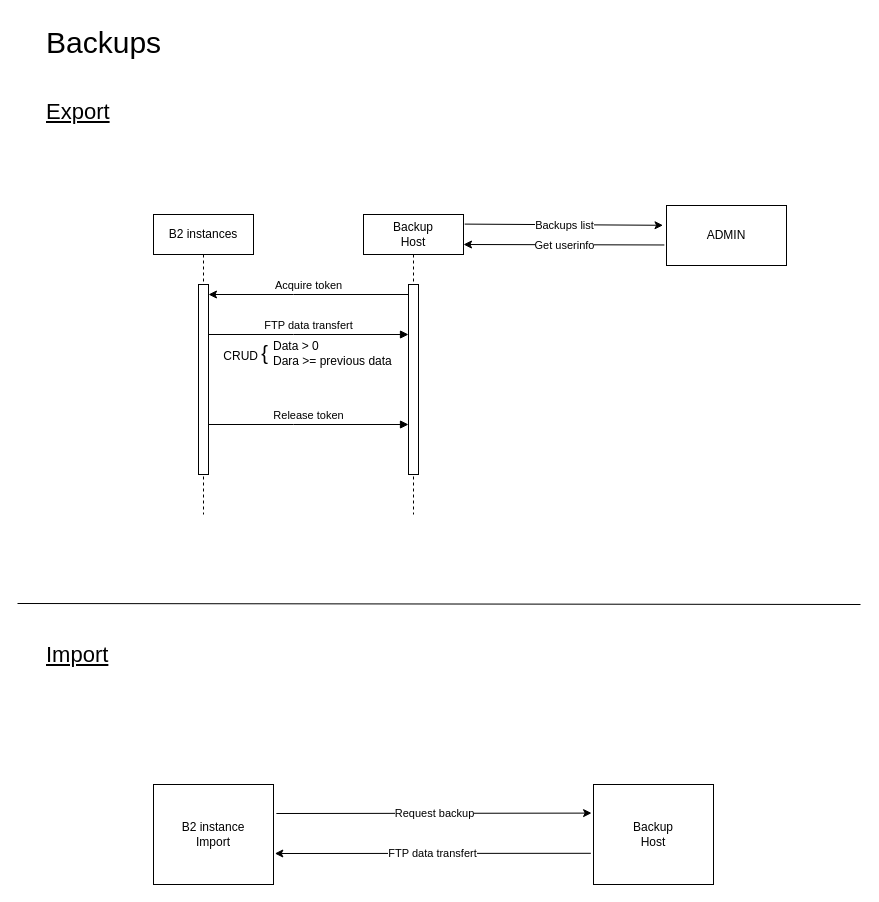
This is doc/Backups.drawio from yesbabylon/b2, a draw.io file, before an edit. Source tidied: cells renumbered, new cells numbered last; positions are measured from the earlier drawing's top-left corner, leaving out a move shared by most shapes. Both pictures are drawn from the tidied source at 100%, with x=0, y=0 at pixel (17, 17).
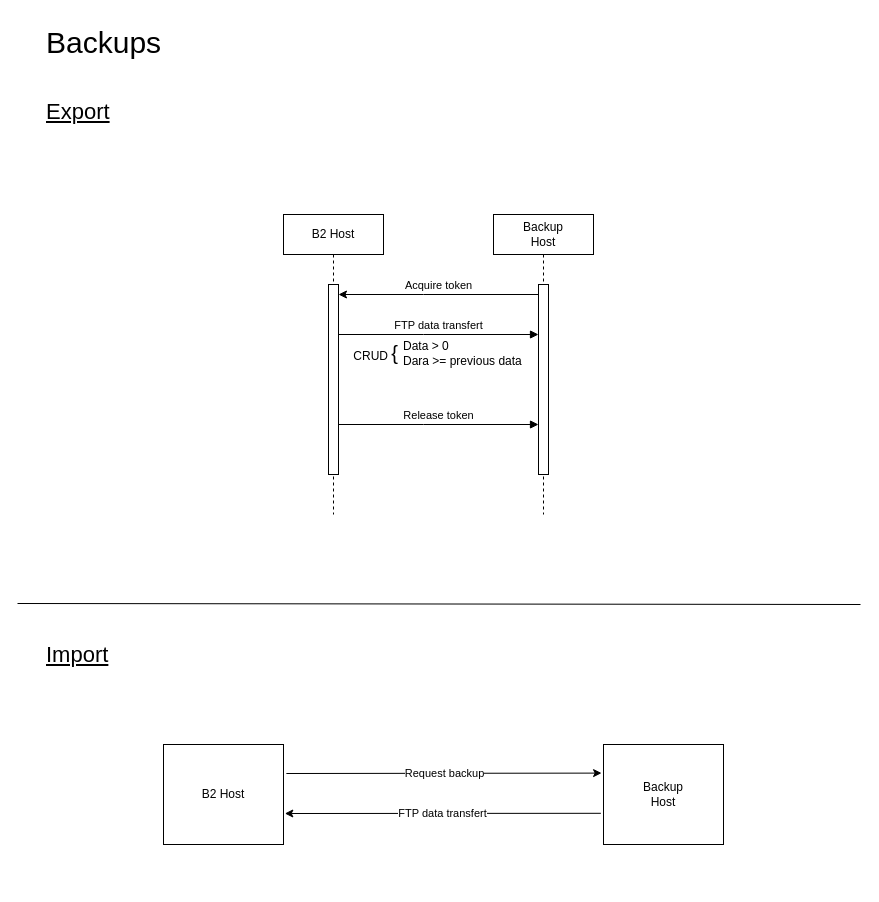
Above is the later version.

The change refers to these unchanged cells:
```xml
<mxCell id="3" style="html=1;points=[];perimeter=orthogonalPerimeter;outlineConnect=0;targetShapes=umlLifeline;portConstraint=eastwest;newEdgeStyle={&quot;edgeStyle&quot;:&quot;elbowEdgeStyle&quot;,&quot;elbow&quot;:&quot;vertical&quot;,&quot;curved&quot;:0,&quot;rounded&quot;:0};" parent="2" vertex="1">
  <mxGeometry x="45" y="70" width="10" height="190" as="geometry" />
</mxCell>
<mxCell id="5" style="html=1;points=[];perimeter=orthogonalPerimeter;outlineConnect=0;targetShapes=umlLifeline;portConstraint=eastwest;newEdgeStyle={&quot;edgeStyle&quot;:&quot;elbowEdgeStyle&quot;,&quot;elbow&quot;:&quot;vertical&quot;,&quot;curved&quot;:0,&quot;rounded&quot;:0};" parent="4" vertex="1">
  <mxGeometry x="45" y="70" width="10" height="190" as="geometry" />
</mxCell>
```

Diff of the diagram source:
```diff
@@
-    <mxCell id="2" value="B2 instances" style="shape=umlLifeline;perimeter=lifelinePerimeter;whiteSpace=wrap;html=1;newEdgeStyle={&quot;edgeStyle&quot;:&quot;elbowEdgeStyle&quot;,&quot;elbow&quot;:&quot;vertical&quot;,&quot;curved&quot;:0,&quot;rounded&quot;:0};" parent="1" vertex="1">
-      <mxGeometry x="136" y="197" width="100" height="300" as="geometry" />
+    <mxCell id="2" value="B2 Host" style="shape=umlLifeline;perimeter=lifelinePerimeter;whiteSpace=wrap;html=1;newEdgeStyle={&quot;edgeStyle&quot;:&quot;elbowEdgeStyle&quot;,&quot;elbow&quot;:&quot;vertical&quot;,&quot;curved&quot;:0,&quot;rounded&quot;:0};" parent="1" vertex="1">
+      <mxGeometry x="266" y="197" width="100" height="300" as="geometry" />
     </mxCell>
@@
     <mxCell id="4" value="Backup&lt;br&gt;Host" style="shape=umlLifeline;perimeter=lifelinePerimeter;whiteSpace=wrap;html=1;outlineConnect=0;portConstraint=eastwest;newEdgeStyle={&quot;edgeStyle&quot;:&quot;elbowEdgeStyle&quot;,&quot;elbow&quot;:&quot;vertical&quot;,&quot;curved&quot;:0,&quot;rounded&quot;:0};" parent="1" vertex="1">
-      <mxGeometry x="346" y="197" width="100" height="300" as="geometry" />
+      <mxGeometry x="476" y="197" width="100" height="300" as="geometry" />
     </mxCell>
@@
     <mxCell id="6" value="Acquire token" style="html=1;verticalAlign=bottom;endArrow=none;edgeStyle=elbowEdgeStyle;elbow=vertical;curved=0;rounded=0;startArrow=classic;startFill=1;endFill=0;" parent="1" edge="1" source="3" target="5">
       <mxGeometry relative="1" as="geometry">
         <Array as="points">
-          <mxPoint x="276" y="277" />
+          <mxPoint x="406" y="277" />
         </Array>
       </mxGeometry>
     </mxCell>
     <mxCell id="7" value="FTP data transfert" style="html=1;verticalAlign=bottom;endArrow=block;edgeStyle=elbowEdgeStyle;elbow=vertical;curved=0;rounded=0;" parent="1" edge="1" target="5">
       <mxGeometry relative="1" as="geometry">
-        <mxPoint x="191" y="317" as="sourcePoint" />
+        <mxPoint x="321" y="317" as="sourcePoint" />
         <Array as="points">
-          <mxPoint x="276" y="317" />
+          <mxPoint x="406" y="317" />
         </Array>
       </mxGeometry>
     </mxCell>
     <mxCell id="8" value="CRUD &lt;font style=&quot;font-size: 20px;&quot;&gt;{&lt;/font&gt;" style="text;html=1;align=right;verticalAlign=middle;strokeColor=none;fillColor=none;" parent="1" vertex="1">
-      <mxGeometry x="182" y="315" width="70" height="40" as="geometry" />
+      <mxGeometry x="312" y="315" width="70" height="40" as="geometry" />
     </mxCell>
     <mxCell id="9" value="Data &amp;gt; 0&lt;br&gt;&lt;div style=&quot;&quot;&gt;&lt;span style=&quot;background-color: initial;&quot;&gt;Dara &amp;gt;= previous data&lt;/span&gt;&lt;/div&gt;" style="text;html=1;align=left;verticalAlign=middle;strokeColor=none;fillColor=none;" parent="1" vertex="1">
-      <mxGeometry x="254" y="316" width="140" height="40" as="geometry" />
+      <mxGeometry x="384" y="316" width="140" height="40" as="geometry" />
     </mxCell>
     <mxCell id="10" value="Release token" style="html=1;verticalAlign=bottom;endArrow=block;edgeStyle=elbowEdgeStyle;elbow=vertical;curved=0;rounded=0;" parent="1" edge="1" target="5">
       <mxGeometry relative="1" as="geometry">
-        <mxPoint x="191" y="407" as="sourcePoint" />
+        <mxPoint x="321" y="407" as="sourcePoint" />
         <Array as="points">
-          <mxPoint x="276" y="407" />
+          <mxPoint x="406" y="407" />
         </Array>
       </mxGeometry>
     </mxCell>
-    <mxCell id="11" value="ADMIN" style="whiteSpace=wrap;html=1;" parent="1" vertex="1">
-      <mxGeometry x="649" y="188" width="120" height="60" as="geometry" />
-    </mxCell>
-    <mxCell id="12" style="edgeStyle=none;jettySize=auto;html=1;rounded=0;exitX=1.012;exitY=0.032;exitDx=0;exitDy=0;exitPerimeter=0;entryX=-0.029;entryY=0.33;entryDx=0;entryDy=0;entryPerimeter=0;" parent="1" edge="1" source="4" target="11">
-      <mxGeometry relative="1" as="geometry" />
-    </mxCell>
-    <mxCell id="13" value="Backups list" style="edgeLabel;html=1;align=center;verticalAlign=middle;" parent="12" vertex="1">
-      <mxGeometry x="-0.03" relative="1" as="geometry">
-        <mxPoint x="3" as="offset" />
-      </mxGeometry>
-    </mxCell>
-    <mxCell id="14" style="edgeStyle=none;jettySize=auto;html=1;rounded=0;exitX=-0.018;exitY=0.658;exitDx=0;exitDy=0;exitPerimeter=0;entryX=1;entryY=0.1;entryDx=0;entryDy=0;entryPerimeter=0;" parent="1" edge="1" source="11" target="4">
-      <mxGeometry relative="1" as="geometry" />
-    </mxCell>
-    <mxCell id="15" value="Get userinfo" style="edgeLabel;html=1;align=center;verticalAlign=middle;" parent="14" vertex="1">
-      <mxGeometry x="-0.02" relative="1" as="geometry">
-        <mxPoint x="-2" as="offset" />
-      </mxGeometry>
-    </mxCell>
@@
-    <mxCell id="19" value="B2 instance&lt;br&gt;Import" style="whiteSpace=wrap;html=1;" parent="1" vertex="1">
-      <mxGeometry x="136" y="767" width="120" height="100" as="geometry" />
+    <mxCell id="19" value="B2 Host" style="whiteSpace=wrap;html=1;" parent="1" vertex="1">
+      <mxGeometry x="146" y="727" width="120" height="100" as="geometry" />
     </mxCell>
     <mxCell id="20" value="Backup&lt;br&gt;Host" style="whiteSpace=wrap;html=1;" parent="1" vertex="1">
-      <mxGeometry x="576" y="767" width="120" height="100" as="geometry" />
+      <mxGeometry x="586" y="727" width="120" height="100" as="geometry" />
     </mxCell>
```
